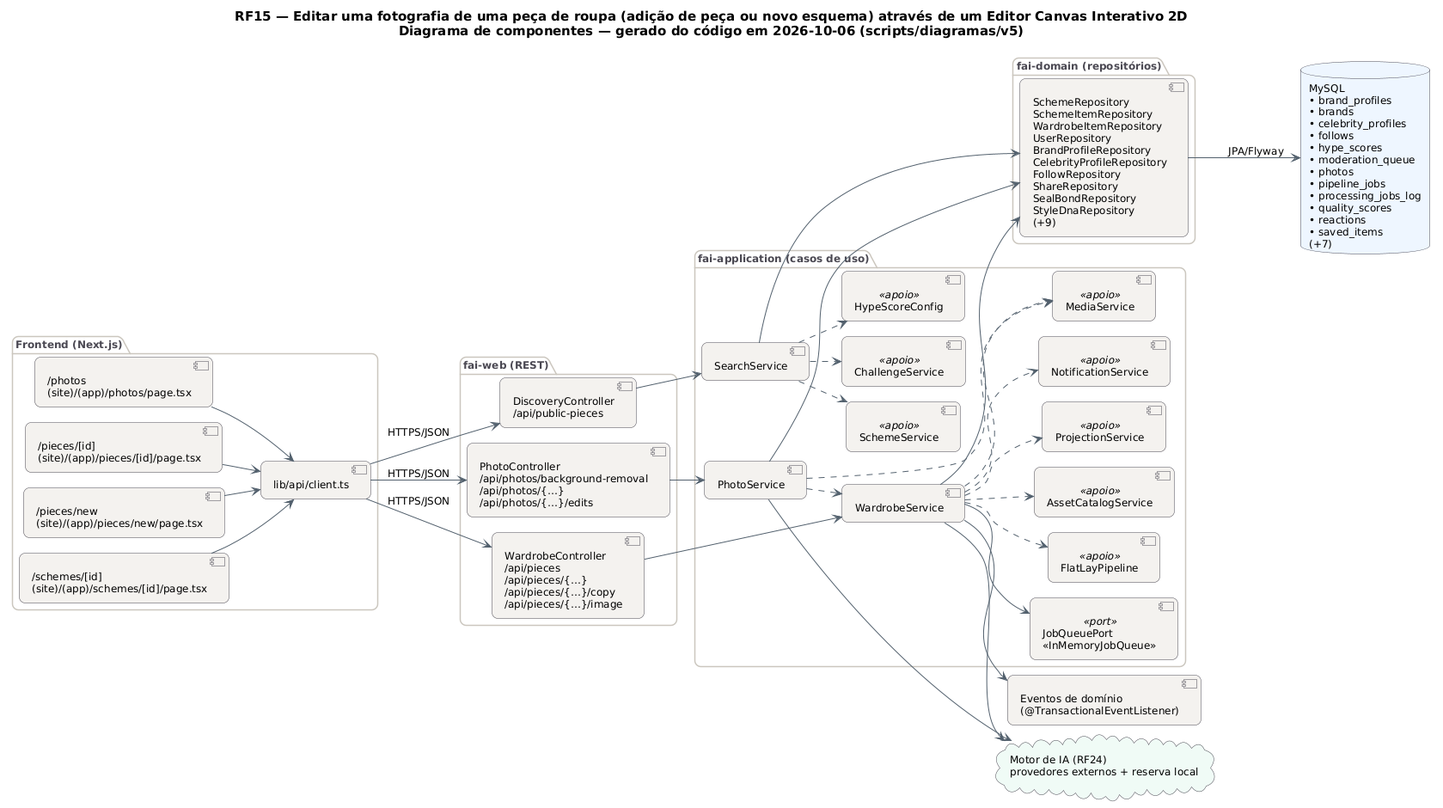
Above: docs/diagramas/RF15/RF15_Componentes.png in MatheusHaliski/tcc-2026-fashion-ai-backend (PlantUML), before the change.
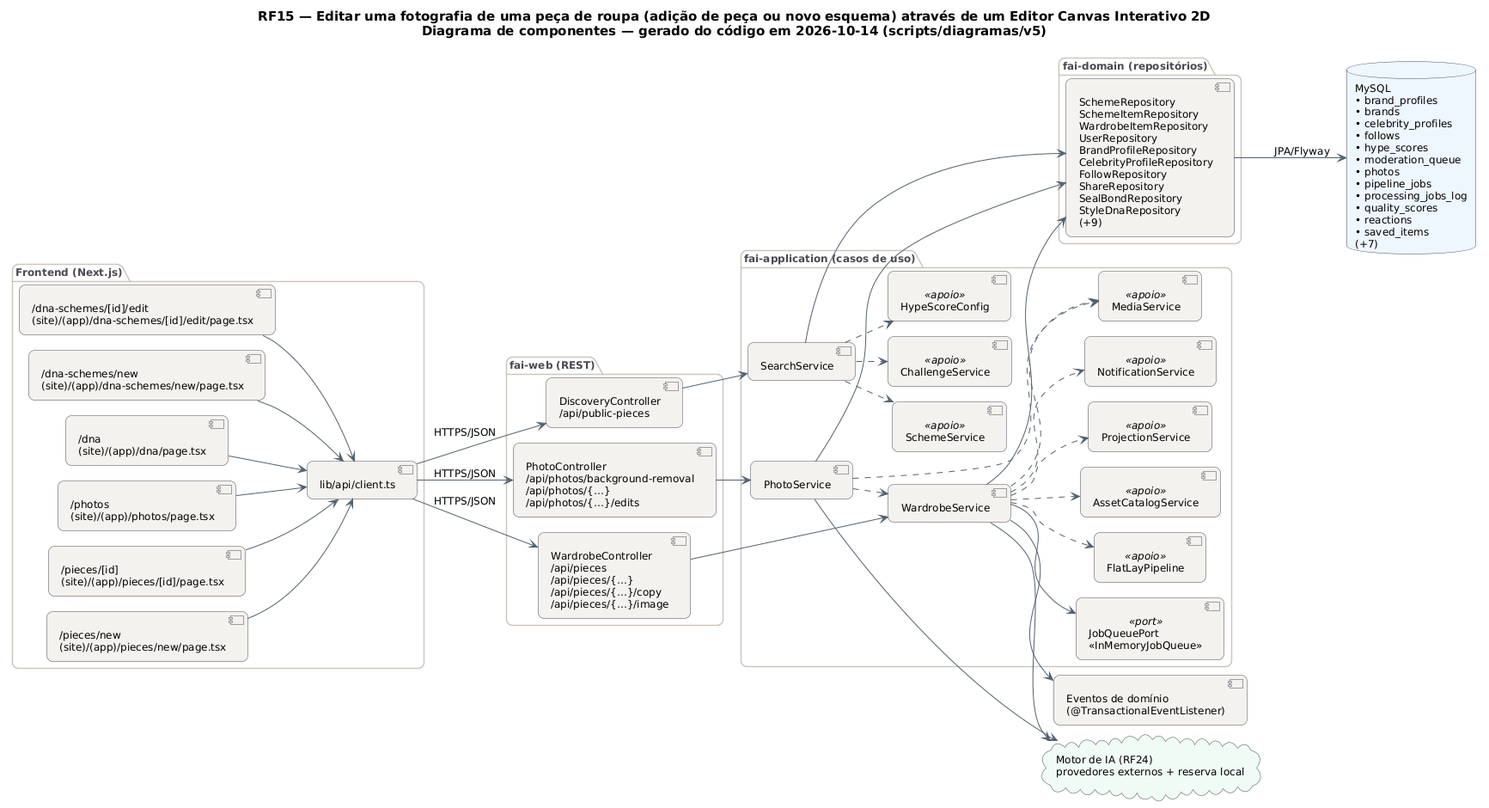
Later version of the same file.

What changed in the source:
```diff
@@ -29,13 +29,15 @@
   BorderColor #4A4852
 }
 left to right direction
-title RF15 — Editar uma fotografia de uma peça de roupa (adição de peça ou novo esquema) através de um Editor Canvas Interativo 2D\nDiagrama de componentes — gerado do código em 2026-10-06 (scripts/diagramas/v5)
+title RF15 — Editar uma fotografia de uma peça de roupa (adição de peça ou novo esquema) através de um Editor Canvas Interativo 2D\nDiagrama de componentes — gerado do código em 2026-10-14 (scripts/diagramas/v5)
 
 package "Frontend (Next.js)" {
-  component "/photos\n(site)/(app)/photos/page.tsx" as FE0
-  component "/pieces/[id]\n(site)/(app)/pieces/[id]/page.tsx" as FE1
-  component "/pieces/new\n(site)/(app)/pieces/new/page.tsx" as FE2
-  component "/schemes/[id]\n(site)/(app)/schemes/[id]/page.tsx" as FE3
+  component "/dna-schemes/[id]/edit\n(site)/(app)/dna-schemes/[id]/edit/page.tsx" as FE0
+  component "/dna-schemes/new\n(site)/(app)/dna-schemes/new/page.tsx" as FE1
+  component "/dna\n(site)/(app)/dna/page.tsx" as FE2
+  component "/photos\n(site)/(app)/photos/page.tsx" as FE3
+  component "/pieces/[id]\n(site)/(app)/pieces/[id]/page.tsx" as FE4
+  component "/pieces/new\n(site)/(app)/pieces/new/page.tsx" as FE5
   component "lib/api/client.ts" as APIC
 }
 package "fai-web (REST)" {
@@ -71,6 +73,8 @@
 FE1 --> APIC
 FE2 --> APIC
 FE3 --> APIC
+FE4 --> APIC
+FE5 --> APIC
 PhotoController --> PhotoService
 PhotoService --> AI
 PhotoService --> REPO_MySQL
```
